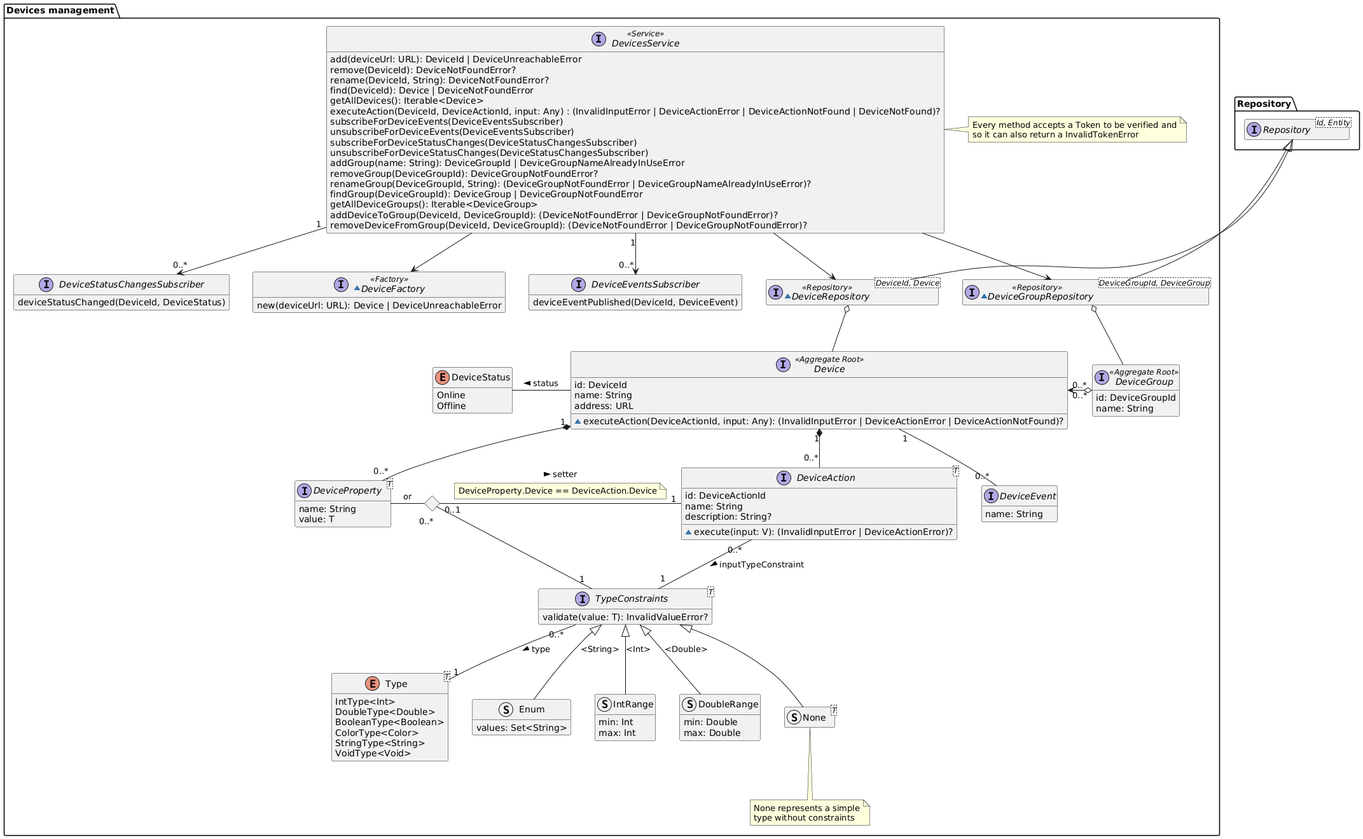
This is diagrams/generated/devices-management-domain-model.png from DomoticASW/.github, a PlantUML export, as it was before one commit.
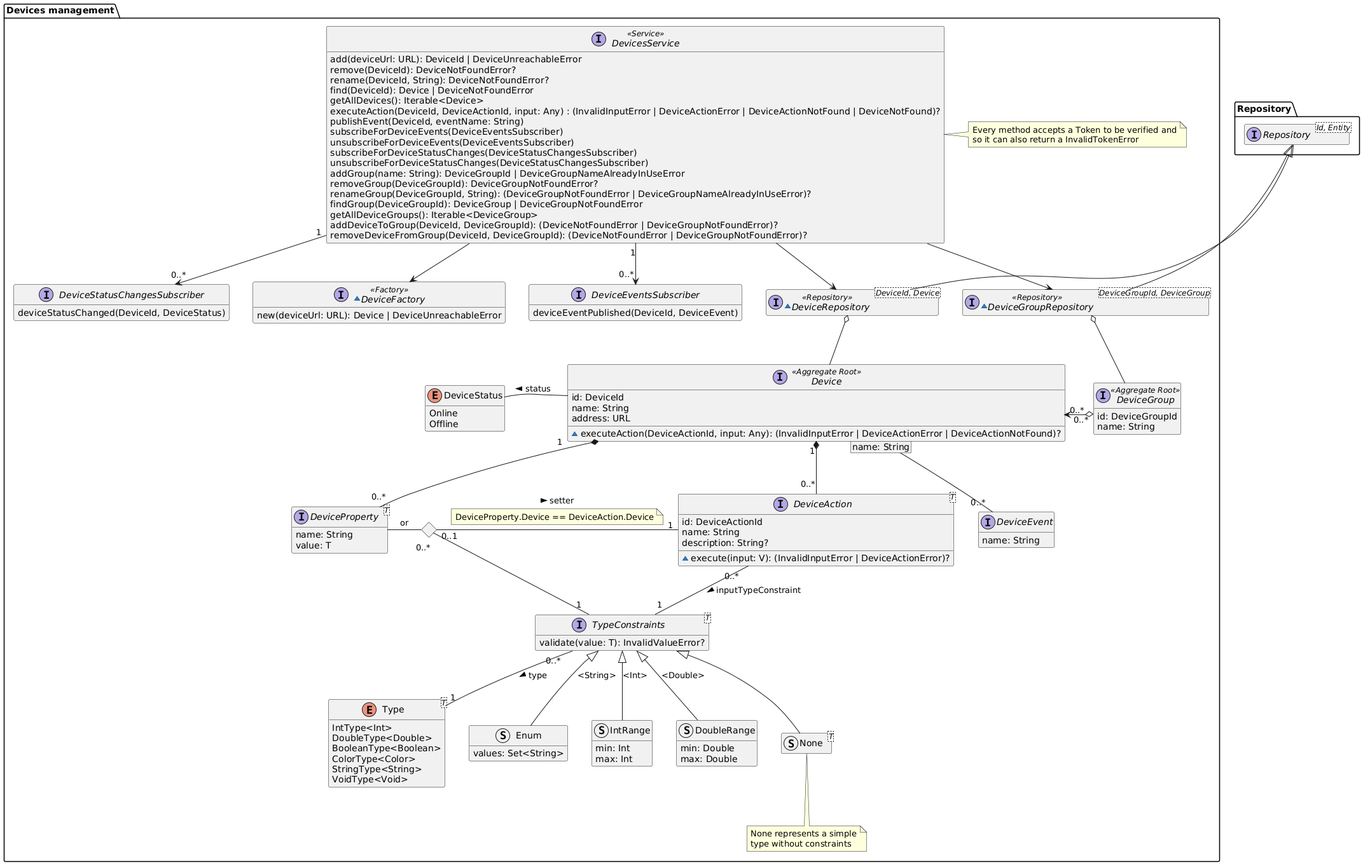
Above is the later version.

Commit message:
add qualified relation between Device and DeviceEvent

What changed in the source:
```diff
@@ -94,6 +94,7 @@
         find(DeviceId): Device | DeviceNotFoundError
         getAllDevices(): Iterable<Device>
         executeAction(DeviceId, DeviceActionId, input: Any) : (InvalidInputError | DeviceActionError | DeviceActionNotFound | DeviceNotFound)?
+        publishEvent(DeviceId, eventName: String)
         subscribeForDeviceEvents(DeviceEventsSubscriber)
         unsubscribeForDeviceEvents(DeviceEventsSubscriber)
         subscribeForDeviceStatusChanges(DeviceStatusChangesSubscriber)
@@ -134,7 +135,7 @@
         DeviceProperty.Device == DeviceAction.Device
     end note
     Diamond "0..*" -- "1" TypeConstraints
-    Device "1" -- "0..*" DeviceEvent
+    Device [name: String] -- "0..*" DeviceEvent
     DeviceGroupRepository -u-|> Repository.Repository
     DeviceGroupRepository o-- DeviceGroup
     DeviceRepository -u-|> Repository.Repository
```
